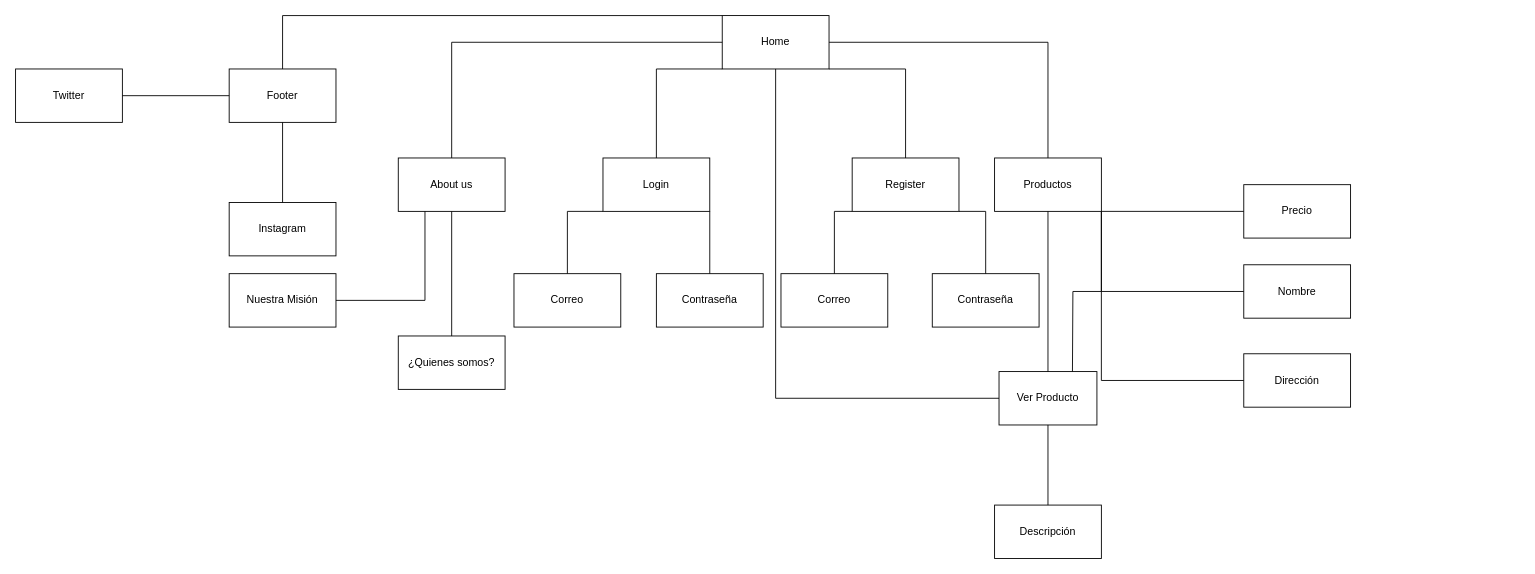
Javiponte29/A-Colleita keeps this draw.io diagram as mapaNavegacion.drawio. Above is the earlier version. Source tidied: cells renumbered, new cells numbered last; positions are measured from the earlier drawing's top-left corner, leaving out a move shared by most shapes. Both pictures are drawn from the tidied source at 89%, with x=0, y=0 at pixel (15, 15).
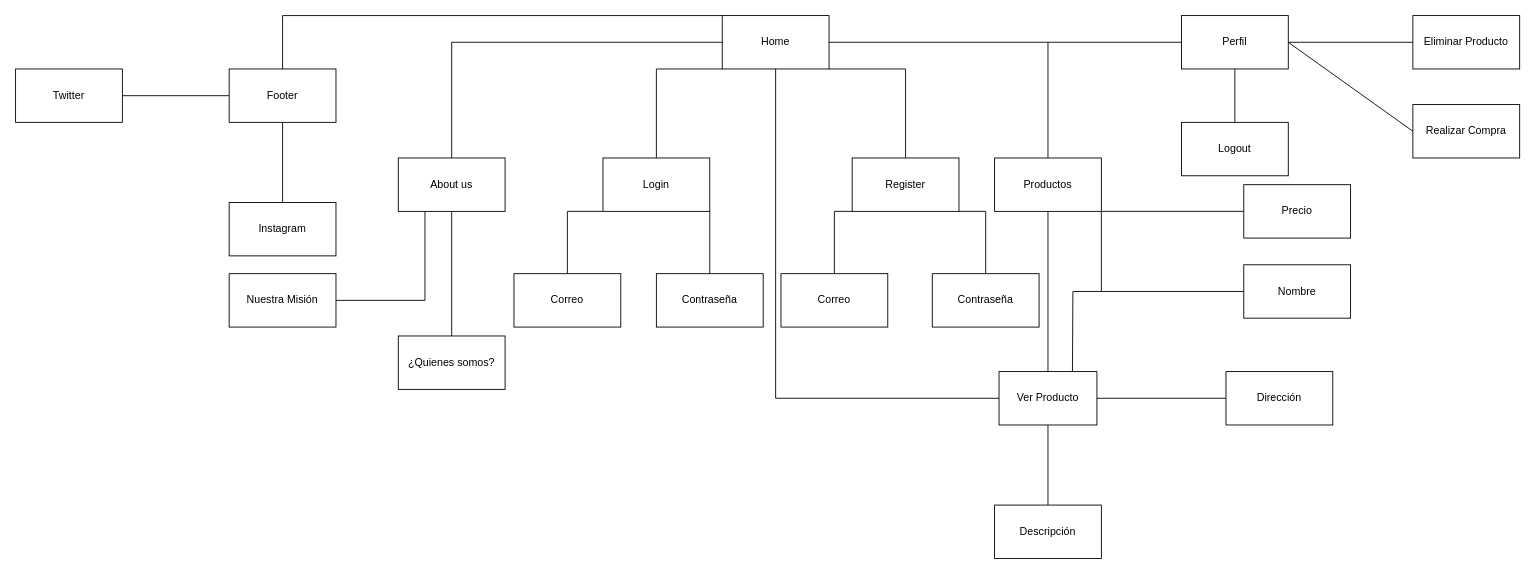
After the change.

Unchanged cells that the change refers to:
```xml
<mxCell id="5" value="Productos" style="rounded=0;whiteSpace=wrap;html=1;" parent="1" vertex="1">
  <mxGeometry x="1100" y="160" width="120" height="60" as="geometry" />
</mxCell>
<mxCell id="11" value="Ver Producto" style="rounded=0;whiteSpace=wrap;html=1;" parent="1" vertex="1">
  <mxGeometry x="1105" y="400" width="110" height="60" as="geometry" />
</mxCell>
```

Diff of the diagram source:
```diff
@@
     <mxCell id="34" value="Dirección" style="rounded=0;whiteSpace=wrap;html=1;" parent="1" vertex="1">
-      <mxGeometry x="1380" y="380" width="120" height="60" as="geometry" />
+      <mxGeometry x="1360" y="400" width="120" height="60" as="geometry" />
     </mxCell>
@@
-    <mxCell id="37" style="endArrow=none;html=1;rounded=0;entryX=0;entryY=0.5;entryDx=0;entryDy=0;exitX=1;exitY=1;exitDx=0;exitDy=0;" parent="1" edge="1" source="5" target="34">
-      <mxGeometry relative="1" as="geometry">
-        <Array as="points">
-          <mxPoint x="1220" y="410" />
-        </Array>
-      </mxGeometry>
-    </mxCell>
@@
+    <mxCell id="41" style="endArrow=none;html=1;rounded=0;entryX=0;entryY=0.5;entryDx=0;entryDy=0;exitX=1;exitY=0.5;exitDx=0;exitDy=0;" parent="1" edge="1" source="11" target="34">
+      <mxGeometry relative="1" as="geometry" />
+    </mxCell>
+    <mxCell id="42" value="Perfil" style="rounded=0;whiteSpace=wrap;html=1;" parent="1" vertex="1">
+      <mxGeometry x="1310" width="120" height="60" as="geometry" />
+    </mxCell>
+    <mxCell id="43" style="endArrow=none;html=1;rounded=0;entryX=0;entryY=0.5;entryDx=0;entryDy=0;" parent="1" edge="1" target="42">
+      <mxGeometry relative="1" as="geometry">
+        <mxPoint x="1160" y="30" as="sourcePoint" />
+      </mxGeometry>
+    </mxCell>
+    <mxCell id="44" value="Logout" style="rounded=0;whiteSpace=wrap;html=1;" parent="1" vertex="1">
+      <mxGeometry x="1310" y="120" width="120" height="60" as="geometry" />
+    </mxCell>
+    <mxCell id="45" style="endArrow=none;html=1;rounded=0;entryX=0.5;entryY=1;entryDx=0;entryDy=0;exitX=0.5;exitY=0;exitDx=0;exitDy=0;" parent="1" edge="1" source="44" target="42">
+      <mxGeometry relative="1" as="geometry" />
+    </mxCell>
+    <mxCell id="46" value="Eliminar Producto" style="rounded=0;whiteSpace=wrap;html=1;" parent="1" vertex="1">
+      <mxGeometry x="1570" width="120" height="60" as="geometry" />
+    </mxCell>
+    <mxCell id="47" value="Realizar Compra" style="rounded=0;whiteSpace=wrap;html=1;" parent="1" vertex="1">
+      <mxGeometry x="1570" y="100" width="120" height="60" as="geometry" />
+    </mxCell>
+    <mxCell id="48" style="endArrow=none;html=1;rounded=0;entryX=1;entryY=0.5;entryDx=0;entryDy=0;exitX=0;exitY=0.5;exitDx=0;exitDy=0;" parent="1" edge="1" source="46" target="42">
+      <mxGeometry relative="1" as="geometry" />
+    </mxCell>
+    <mxCell id="49" style="endArrow=none;html=1;rounded=0;exitX=1;exitY=0.5;exitDx=0;exitDy=0;entryX=0;entryY=0.5;entryDx=0;entryDy=0;" parent="1" edge="1" source="42" target="47">
+      <mxGeometry relative="1" as="geometry">
+        <Array as="points">
+          <mxPoint x="1500" y="80" />
+        </Array>
+      </mxGeometry>
+    </mxCell>
```
